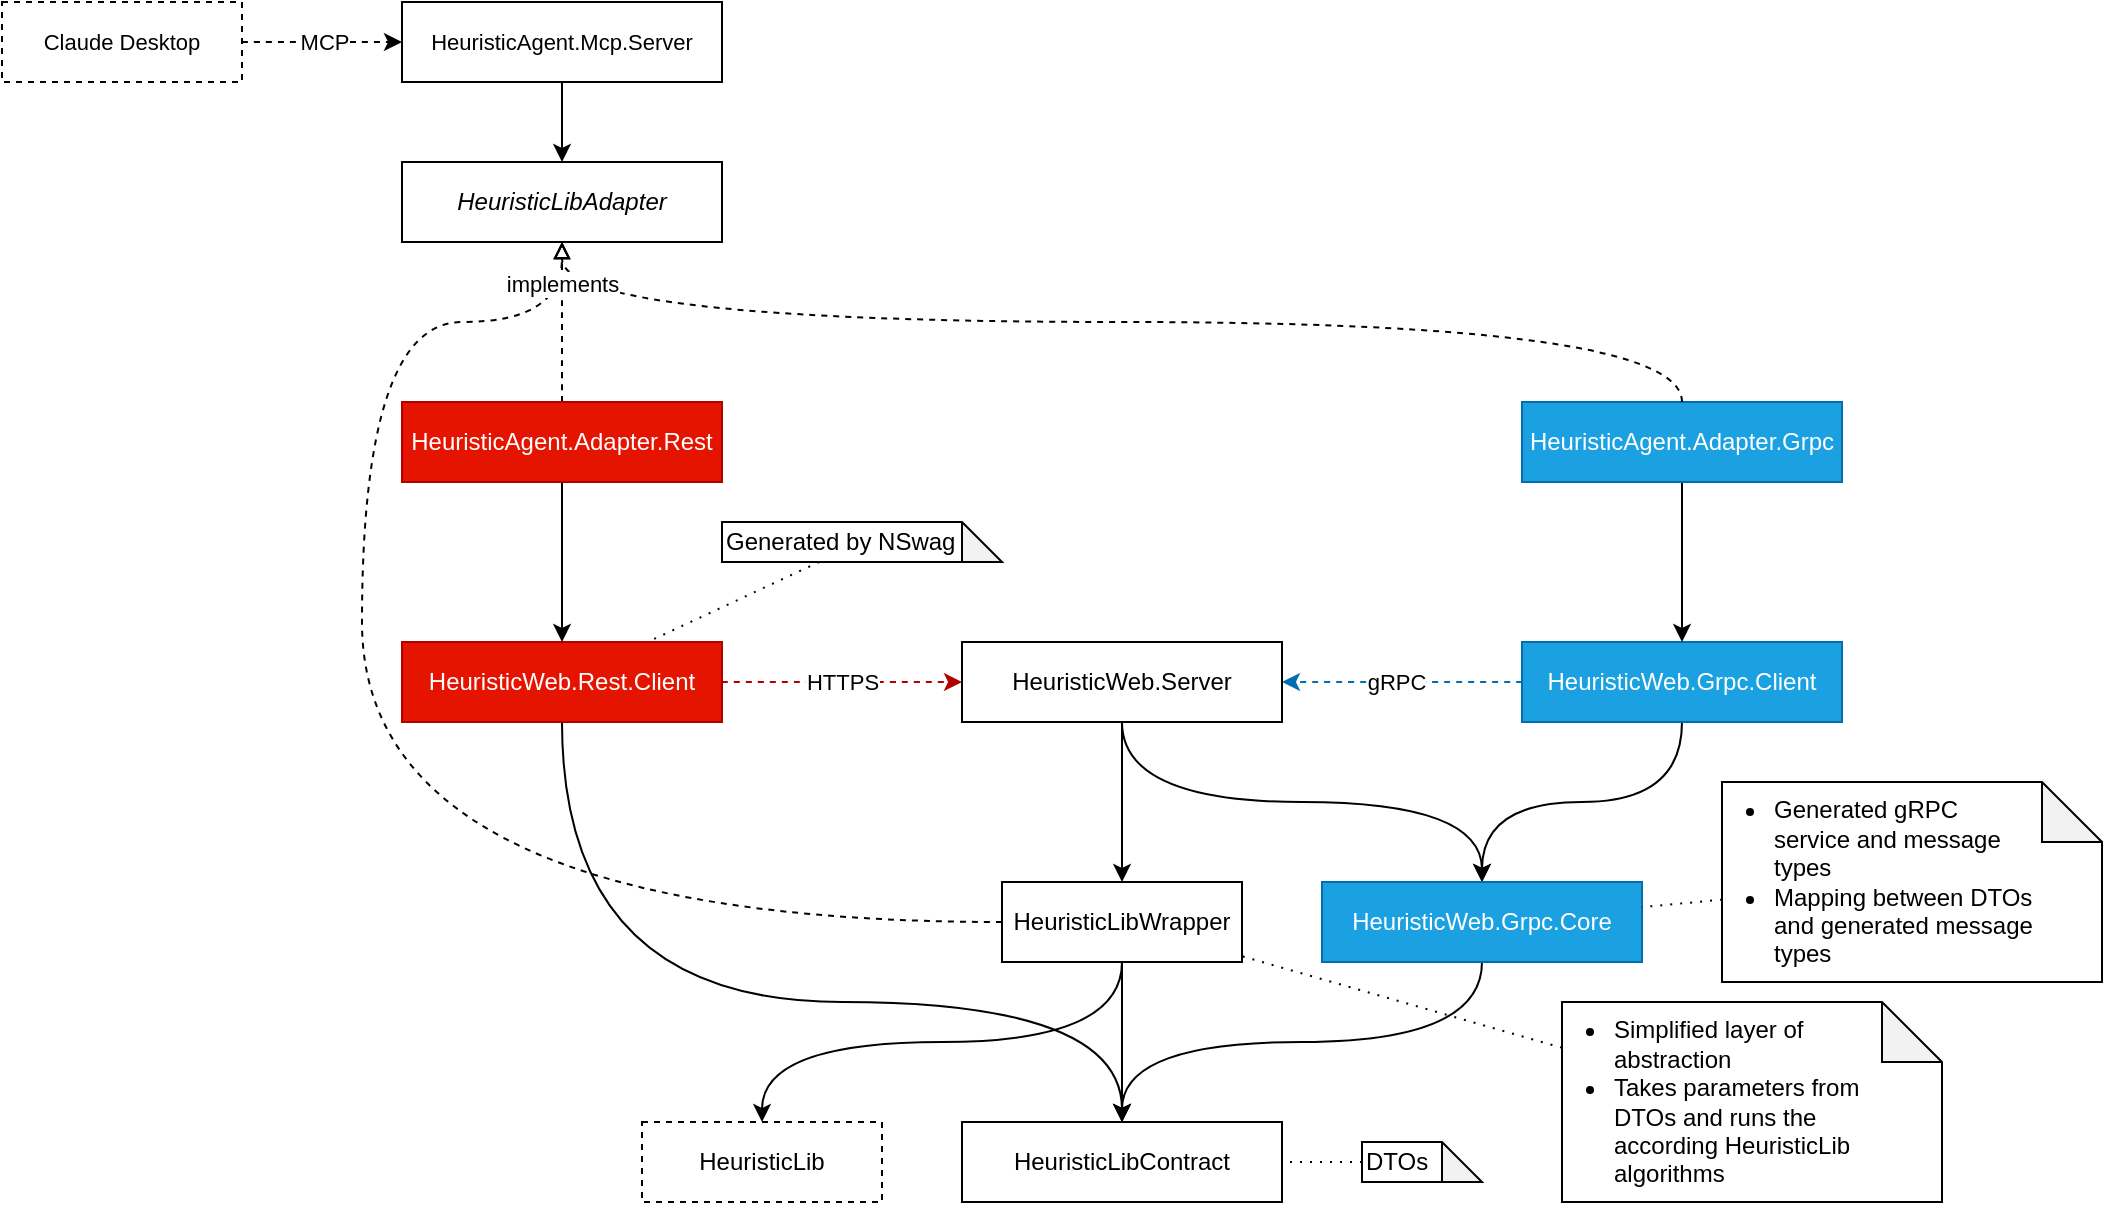
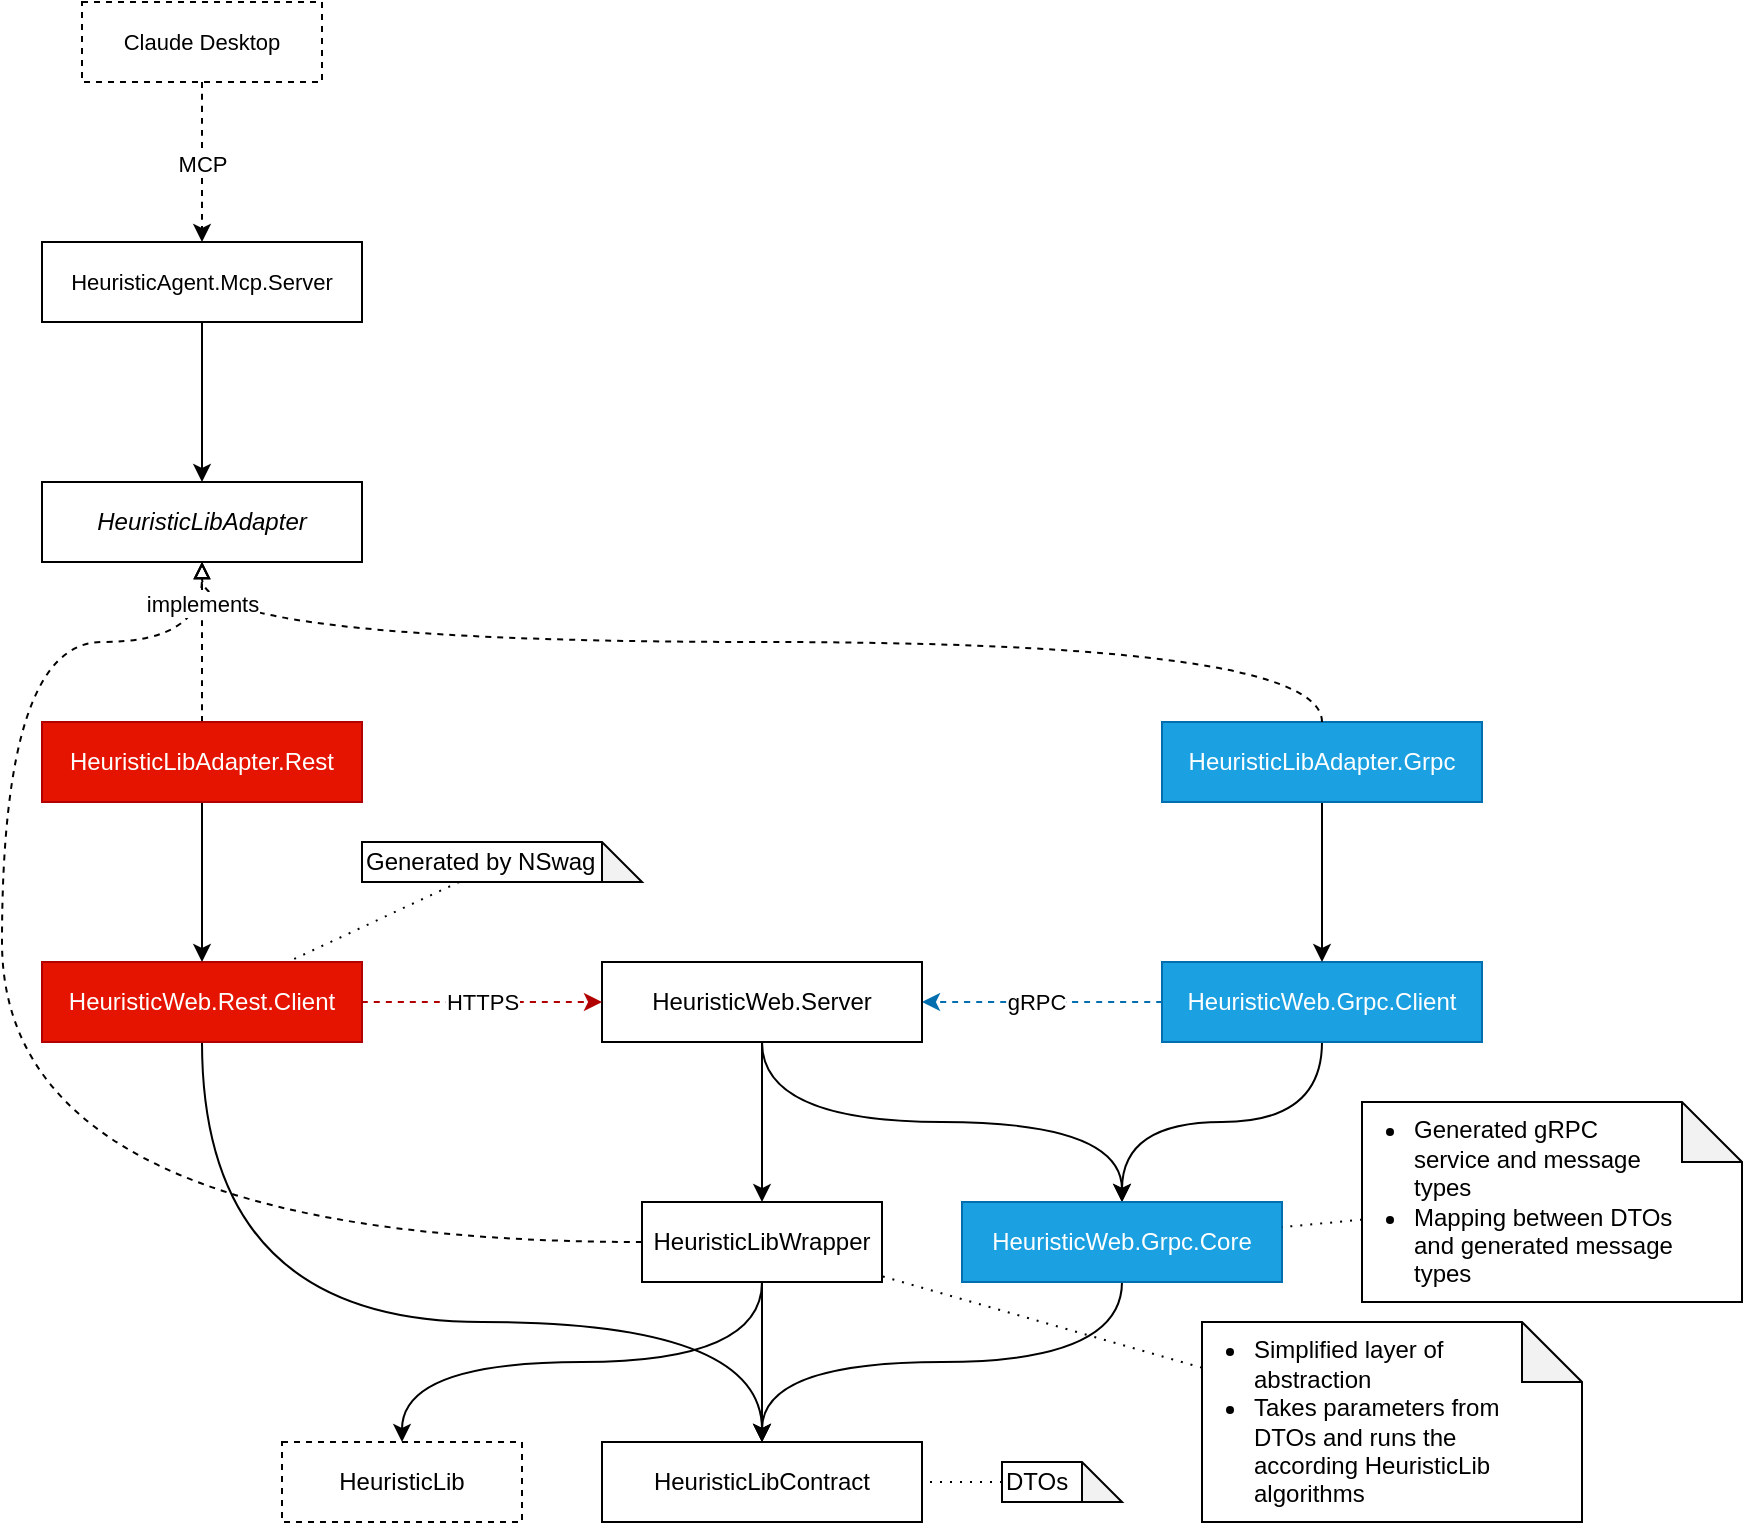
<mxfile host="Electron" agent="Mozilla/5.0 (Windows NT 10.0; Win64; x64) AppleWebKit/537.36 (KHTML, like Gecko) draw.io/29.6.6 Chrome/144.0.7559.236 Electron/40.8.4 Safari/537.36">
  <diagram name="Page-1" id="JLSE3i9ljjVaqQMjvNYt">
    <mxGraphModel dx="1623" dy="962" grid="1" gridSize="10" guides="1" tooltips="1" connect="1" arrows="1" fold="1" page="1" pageScale="1" pageWidth="827" pageHeight="1169" math="0" shadow="0">
      <root>
        <mxCell id="0" />
        <mxCell id="1" parent="0" />
        <mxCell id="U6VQVOgnXjNktFXU_cLZ-6" edge="1" parent="1" source="nvZTl8ImIJQlS8uFXL_u-32" style="edgeStyle=orthogonalEdgeStyle;rounded=0;orthogonalLoop=1;jettySize=auto;html=1;curved=1;exitX=0.5;exitY=1;exitDx=0;exitDy=0;entryX=0.5;entryY=0;entryDx=0;entryDy=0;" target="nvZTl8ImIJQlS8uFXL_u-36">
          <mxGeometry relative="1" as="geometry" />
        </mxCell>
        <mxCell id="U6VQVOgnXjNktFXU_cLZ-65" edge="1" parent="1" source="nvZTl8ImIJQlS8uFXL_u-32" style="edgeStyle=orthogonalEdgeStyle;shape=connector;curved=1;rounded=0;orthogonalLoop=1;jettySize=auto;html=1;exitX=0.5;exitY=1;exitDx=0;exitDy=0;entryX=0.5;entryY=0;entryDx=0;entryDy=0;strokeColor=default;align=center;verticalAlign=middle;fontFamily=Helvetica;fontSize=11;fontColor=default;labelBackgroundColor=default;endArrow=classic;" target="nvZTl8ImIJQlS8uFXL_u-33">
          <mxGeometry relative="1" as="geometry" />
        </mxCell>
        <mxCell id="nvZTl8ImIJQlS8uFXL_u-32" parent="1" style="rounded=0;whiteSpace=wrap;html=1;fillColor=default;" value="HeuristicLibWrapper" vertex="1">
-           <mxGeometry height="40" width="120" x="540" y="480" as="geometry" />
+           <mxGeometry height="40" width="120" x="540" y="640" as="geometry" />
        </mxCell>
        <mxCell id="oGgYLiFTZUMsgBvUWQYo-2" edge="1" parent="1" source="nvZTl8ImIJQlS8uFXL_u-32" style="edgeStyle=orthogonalEdgeStyle;shape=connector;curved=1;rounded=0;orthogonalLoop=1;jettySize=auto;html=1;exitX=0;exitY=0.5;exitDx=0;exitDy=0;entryX=0.5;entryY=1;entryDx=0;entryDy=0;dashed=1;strokeColor=default;align=center;verticalAlign=middle;fontFamily=Helvetica;fontSize=11;fontColor=default;labelBackgroundColor=default;endArrow=block;endFill=0;" target="U6VQVOgnXjNktFXU_cLZ-27">
          <mxGeometry relative="1" as="geometry">
            <Array as="points">
-               <mxPoint x="220" y="500" />
-               <mxPoint x="220" y="200" />
-               <mxPoint x="320" y="200" />
+               <mxPoint x="220" y="660" />
+               <mxPoint x="220" y="360" />
+               <mxPoint x="320" y="360" />
            </Array>
          </mxGeometry>
        </mxCell>
        <mxCell id="nvZTl8ImIJQlS8uFXL_u-33" parent="1" style="rounded=0;whiteSpace=wrap;html=1;fillColor=default;dashed=1;" value="HeuristicLib" vertex="1">
-           <mxGeometry height="40" width="120" x="360" y="600" as="geometry" />
+           <mxGeometry height="40" width="120" x="360" y="760" as="geometry" />
        </mxCell>
        <mxCell id="nvZTl8ImIJQlS8uFXL_u-36" parent="1" style="rounded=0;whiteSpace=wrap;html=1;fillColor=default;" value="HeuristicLibContract" vertex="1">
-           <mxGeometry height="40" width="160" x="520" y="600" as="geometry" />
+           <mxGeometry height="40" width="160" x="520" y="760" as="geometry" />
        </mxCell>
        <mxCell id="U6VQVOgnXjNktFXU_cLZ-60" edge="1" parent="1" source="nvZTl8ImIJQlS8uFXL_u-40" style="edgeStyle=orthogonalEdgeStyle;shape=connector;curved=1;rounded=0;orthogonalLoop=1;jettySize=auto;html=1;dashed=1;strokeColor=#006EAF;align=center;verticalAlign=middle;fontFamily=Helvetica;fontSize=11;fontColor=default;labelBackgroundColor=default;endArrow=classic;endFill=1;fillColor=#1ba1e2;" target="U6VQVOgnXjNktFXU_cLZ-14">
          <mxGeometry relative="1" as="geometry" />
        </mxCell>
        <mxCell id="U6VQVOgnXjNktFXU_cLZ-61" connectable="0" parent="U6VQVOgnXjNktFXU_cLZ-60" style="edgeLabel;html=1;align=center;verticalAlign=middle;resizable=0;points=[];fontFamily=Helvetica;fontSize=11;fontColor=default;labelBackgroundColor=default;" value="gRPC" vertex="1">
          <mxGeometry relative="1" x="0.0071" as="geometry">
            <mxPoint x="-3" as="offset" />
          </mxGeometry>
        </mxCell>
        <mxCell id="oGgYLiFTZUMsgBvUWQYo-3" edge="1" parent="1" source="nvZTl8ImIJQlS8uFXL_u-40" style="edgeStyle=orthogonalEdgeStyle;shape=connector;curved=1;rounded=0;orthogonalLoop=1;jettySize=auto;html=1;exitX=0.5;exitY=1;exitDx=0;exitDy=0;entryX=0.5;entryY=0;entryDx=0;entryDy=0;strokeColor=default;align=center;verticalAlign=middle;fontFamily=Helvetica;fontSize=11;fontColor=default;labelBackgroundColor=default;endArrow=classic;" target="U6VQVOgnXjNktFXU_cLZ-2">
          <mxGeometry relative="1" as="geometry" />
        </mxCell>
        <mxCell id="nvZTl8ImIJQlS8uFXL_u-40" parent="1" style="rounded=0;whiteSpace=wrap;html=1;fillColor=#1ba1e2;fontColor=#ffffff;strokeColor=#006EAF;" value="HeuristicWeb.Grpc.Client" vertex="1">
-           <mxGeometry height="40" width="160" x="800" y="360" as="geometry" />
+           <mxGeometry height="40" width="160" x="800" y="520" as="geometry" />
        </mxCell>
        <mxCell id="U6VQVOgnXjNktFXU_cLZ-4" edge="1" parent="1" source="U6VQVOgnXjNktFXU_cLZ-14" style="edgeStyle=orthogonalEdgeStyle;rounded=0;orthogonalLoop=1;jettySize=auto;html=1;curved=1;entryX=0.5;entryY=0;entryDx=0;entryDy=0;exitX=0.5;exitY=1;exitDx=0;exitDy=0;" target="U6VQVOgnXjNktFXU_cLZ-2">
          <mxGeometry relative="1" as="geometry">
-             <mxPoint x="700" y="520" as="sourcePoint" />
+             <mxPoint x="700" y="680" as="sourcePoint" />
          </mxGeometry>
        </mxCell>
        <mxCell id="U6VQVOgnXjNktFXU_cLZ-3" edge="1" parent="1" source="U6VQVOgnXjNktFXU_cLZ-2" style="edgeStyle=orthogonalEdgeStyle;rounded=0;orthogonalLoop=1;jettySize=auto;html=1;curved=1;exitX=0.5;exitY=1;exitDx=0;exitDy=0;entryX=0.5;entryY=0;entryDx=0;entryDy=0;" target="nvZTl8ImIJQlS8uFXL_u-36">
          <mxGeometry relative="1" as="geometry" />
        </mxCell>
        <mxCell id="U6VQVOgnXjNktFXU_cLZ-2" parent="1" style="rounded=0;whiteSpace=wrap;html=1;fillColor=#1ba1e2;fontColor=#ffffff;strokeColor=#006EAF;" value="HeuristicWeb.Grpc.Core" vertex="1">
-           <mxGeometry height="40" width="160" x="700" y="480" as="geometry" />
+           <mxGeometry height="40" width="160" x="700" y="640" as="geometry" />
        </mxCell>
        <mxCell id="U6VQVOgnXjNktFXU_cLZ-8" edge="1" parent="1" source="U6VQVOgnXjNktFXU_cLZ-7" style="rounded=0;orthogonalLoop=1;jettySize=auto;html=1;endArrow=none;endFill=0;dashed=1;dashPattern=1 4;" target="U6VQVOgnXjNktFXU_cLZ-2">
          <mxGeometry relative="1" as="geometry" />
        </mxCell>
        <mxCell id="U6VQVOgnXjNktFXU_cLZ-7" parent="1" style="shape=note;whiteSpace=wrap;html=1;backgroundOutline=1;darkOpacity=0.05;align=left;spacingLeft=-16;spacingRight=32;" value="&lt;ul&gt;&lt;li&gt;Generated gRPC service and message types&lt;/li&gt;&lt;li&gt;Mapping between DTOs and generated message types&lt;/li&gt;&lt;/ul&gt;" vertex="1">
-           <mxGeometry height="100" width="190" x="900" y="430" as="geometry" />
+           <mxGeometry height="100" width="190" x="900" y="590" as="geometry" />
        </mxCell>
        <mxCell id="U6VQVOgnXjNktFXU_cLZ-10" edge="1" parent="1" source="U6VQVOgnXjNktFXU_cLZ-9" style="rounded=0;orthogonalLoop=1;jettySize=auto;html=1;endArrow=none;endFill=0;dashed=1;dashPattern=1 4;" target="nvZTl8ImIJQlS8uFXL_u-36">
          <mxGeometry relative="1" as="geometry" />
        </mxCell>
        <mxCell id="U6VQVOgnXjNktFXU_cLZ-9" parent="1" style="shape=note;whiteSpace=wrap;html=1;backgroundOutline=1;darkOpacity=0.05;align=left;" value="DTOs" vertex="1">
-           <mxGeometry height="20" width="60" x="720" y="610" as="geometry" />
+           <mxGeometry height="20" width="60" x="720" y="770" as="geometry" />
        </mxCell>
        <mxCell id="U6VQVOgnXjNktFXU_cLZ-12" edge="1" parent="1" source="U6VQVOgnXjNktFXU_cLZ-11" style="rounded=0;orthogonalLoop=1;jettySize=auto;html=1;dashed=1;endArrow=none;endFill=0;dashPattern=1 4;" target="nvZTl8ImIJQlS8uFXL_u-32">
          <mxGeometry relative="1" as="geometry" />
        </mxCell>
        <mxCell id="U6VQVOgnXjNktFXU_cLZ-11" parent="1" style="shape=note;whiteSpace=wrap;html=1;backgroundOutline=1;darkOpacity=0.05;align=left;spacingRight=32;spacingLeft=-16;" value="&lt;ul&gt;&lt;li&gt;Simplified layer of abstraction&lt;/li&gt;&lt;li&gt;Takes parameters from DTOs and runs the according HeuristicLib algorithms&lt;/li&gt;&lt;/ul&gt;" vertex="1">
-           <mxGeometry height="100" width="190" x="820" y="540" as="geometry" />
+           <mxGeometry height="100" width="190" x="820" y="700" as="geometry" />
        </mxCell>
        <mxCell id="U6VQVOgnXjNktFXU_cLZ-17" edge="1" parent="1" source="U6VQVOgnXjNktFXU_cLZ-14" style="edgeStyle=orthogonalEdgeStyle;shape=connector;curved=1;rounded=0;orthogonalLoop=1;jettySize=auto;html=1;strokeColor=default;align=center;verticalAlign=middle;fontFamily=Helvetica;fontSize=11;fontColor=default;labelBackgroundColor=default;endArrow=classic;exitX=0.5;exitY=1;exitDx=0;exitDy=0;entryX=0.5;entryY=0;entryDx=0;entryDy=0;" target="nvZTl8ImIJQlS8uFXL_u-32">
          <mxGeometry relative="1" as="geometry">
-             <mxPoint x="500" y="480" as="targetPoint" />
+             <mxPoint x="500" y="640" as="targetPoint" />
          </mxGeometry>
        </mxCell>
        <mxCell id="U6VQVOgnXjNktFXU_cLZ-14" parent="1" style="rounded=0;whiteSpace=wrap;html=1;fillColor=default;" value="HeuristicWeb.Server" vertex="1">
-           <mxGeometry height="40" width="160" x="520" y="360" as="geometry" />
+           <mxGeometry height="40" width="160" x="520" y="520" as="geometry" />
        </mxCell>
        <mxCell id="U6VQVOgnXjNktFXU_cLZ-58" edge="1" parent="1" source="U6VQVOgnXjNktFXU_cLZ-21" style="edgeStyle=orthogonalEdgeStyle;shape=connector;curved=1;rounded=0;orthogonalLoop=1;jettySize=auto;html=1;dashed=1;strokeColor=#B20000;align=center;verticalAlign=middle;fontFamily=Helvetica;fontSize=11;fontColor=default;labelBackgroundColor=default;endArrow=classic;endFill=1;fillColor=#e51400;" target="U6VQVOgnXjNktFXU_cLZ-14">
          <mxGeometry relative="1" as="geometry" />
        </mxCell>
        <mxCell id="U6VQVOgnXjNktFXU_cLZ-62" connectable="0" parent="U6VQVOgnXjNktFXU_cLZ-58" style="edgeLabel;html=1;align=center;verticalAlign=middle;resizable=0;points=[];fontFamily=Helvetica;fontSize=11;fontColor=default;labelBackgroundColor=default;" value="HTTPS" vertex="1">
          <mxGeometry relative="1" x="-0.0016" y="1" as="geometry">
            <mxPoint y="1" as="offset" />
          </mxGeometry>
        </mxCell>
        <mxCell id="vAhXJ6GuvrTu8xZBJLIe-7" edge="1" parent="1" source="U6VQVOgnXjNktFXU_cLZ-21" style="edgeStyle=orthogonalEdgeStyle;shape=connector;curved=1;rounded=0;orthogonalLoop=1;jettySize=auto;html=1;exitX=0.5;exitY=1;exitDx=0;exitDy=0;entryX=0.5;entryY=0;entryDx=0;entryDy=0;strokeColor=default;align=center;verticalAlign=middle;fontFamily=Helvetica;fontSize=11;fontColor=default;labelBackgroundColor=default;endArrow=classic;" target="nvZTl8ImIJQlS8uFXL_u-36">
          <mxGeometry relative="1" as="geometry">
            <Array as="points">
-               <mxPoint x="320" y="540" />
-               <mxPoint x="600" y="540" />
+               <mxPoint x="320" y="700" />
+               <mxPoint x="600" y="700" />
            </Array>
          </mxGeometry>
        </mxCell>
        <mxCell id="U6VQVOgnXjNktFXU_cLZ-21" parent="1" style="rounded=0;whiteSpace=wrap;html=1;fillColor=#e51400;strokeColor=#B20000;fontColor=#ffffff;" value="HeuristicWeb.Rest.Client" vertex="1">
-           <mxGeometry height="40" width="160" x="240" y="360" as="geometry" />
+           <mxGeometry height="40" width="160" x="240" y="520" as="geometry" />
        </mxCell>
        <mxCell id="U6VQVOgnXjNktFXU_cLZ-23" edge="1" parent="1" source="U6VQVOgnXjNktFXU_cLZ-22" style="shape=connector;rounded=0;orthogonalLoop=1;jettySize=auto;html=1;strokeColor=default;align=center;verticalAlign=middle;fontFamily=Helvetica;fontSize=11;fontColor=default;labelBackgroundColor=default;endArrow=none;endFill=0;dashed=1;dashPattern=1 4;" target="U6VQVOgnXjNktFXU_cLZ-21">
          <mxGeometry relative="1" as="geometry" />
        </mxCell>
        <mxCell id="U6VQVOgnXjNktFXU_cLZ-22" parent="1" style="shape=note;whiteSpace=wrap;html=1;backgroundOutline=1;darkOpacity=0.05;align=left;" value="&lt;div&gt;Generated by NSwag&lt;/div&gt;" vertex="1">
-           <mxGeometry height="20" width="140" x="400" y="300" as="geometry" />
+           <mxGeometry height="20" width="140" x="400" y="460" as="geometry" />
        </mxCell>
        <mxCell id="U6VQVOgnXjNktFXU_cLZ-46" edge="1" parent="1" source="U6VQVOgnXjNktFXU_cLZ-24" style="edgeStyle=orthogonalEdgeStyle;shape=connector;curved=1;rounded=0;orthogonalLoop=1;jettySize=auto;html=1;exitX=0.5;exitY=1;exitDx=0;exitDy=0;entryX=0.5;entryY=0;entryDx=0;entryDy=0;strokeColor=default;align=center;verticalAlign=middle;fontFamily=Helvetica;fontSize=11;fontColor=default;labelBackgroundColor=default;endArrow=classic;" target="U6VQVOgnXjNktFXU_cLZ-27">
          <mxGeometry relative="1" as="geometry" />
        </mxCell>
        <mxCell id="U6VQVOgnXjNktFXU_cLZ-24" parent="1" style="rounded=0;whiteSpace=wrap;html=1;fontFamily=Helvetica;fontSize=11;fontColor=default;labelBackgroundColor=default;" value="HeuristicAgent.Mcp.Server" vertex="1">
-           <mxGeometry height="40" width="160" x="240" y="40" as="geometry" />
+           <mxGeometry height="40" width="160" x="240" y="160" as="geometry" />
        </mxCell>
        <mxCell id="U6VQVOgnXjNktFXU_cLZ-27" parent="1" style="rounded=0;whiteSpace=wrap;html=1;fillColor=default;" value="&lt;i&gt;HeuristicLibAdapter&lt;/i&gt;" vertex="1">
-           <mxGeometry height="40" width="160" x="240" y="120" as="geometry" />
+           <mxGeometry height="40" width="160" x="240" y="280" as="geometry" />
        </mxCell>
        <mxCell id="U6VQVOgnXjNktFXU_cLZ-36" edge="1" parent="1" source="U6VQVOgnXjNktFXU_cLZ-28" style="edgeStyle=orthogonalEdgeStyle;shape=connector;curved=1;rounded=0;orthogonalLoop=1;jettySize=auto;html=1;exitX=0.5;exitY=0;exitDx=0;exitDy=0;entryX=0.5;entryY=1;entryDx=0;entryDy=0;strokeColor=default;align=center;verticalAlign=middle;fontFamily=Helvetica;fontSize=11;fontColor=default;labelBackgroundColor=default;endArrow=block;endFill=0;dashed=1;" target="U6VQVOgnXjNktFXU_cLZ-27">
          <mxGeometry relative="1" as="geometry" />
        </mxCell>
        <mxCell id="U6VQVOgnXjNktFXU_cLZ-42" edge="1" parent="1" source="U6VQVOgnXjNktFXU_cLZ-28" style="edgeStyle=orthogonalEdgeStyle;shape=connector;curved=1;rounded=0;orthogonalLoop=1;jettySize=auto;html=1;exitX=0.5;exitY=1;exitDx=0;exitDy=0;entryX=0.5;entryY=0;entryDx=0;entryDy=0;strokeColor=default;align=center;verticalAlign=middle;fontFamily=Helvetica;fontSize=11;fontColor=default;labelBackgroundColor=default;endArrow=classic;" target="U6VQVOgnXjNktFXU_cLZ-21">
          <mxGeometry relative="1" as="geometry" />
        </mxCell>
-         <mxCell id="U6VQVOgnXjNktFXU_cLZ-28" parent="1" style="rounded=0;whiteSpace=wrap;html=1;fillColor=#e51400;strokeColor=#B20000;fontColor=#ffffff;" value="HeuristicAgent.Adapter.Rest" vertex="1">
-           <mxGeometry height="40" width="160" x="240" y="240" as="geometry" />
+         <mxCell id="U6VQVOgnXjNktFXU_cLZ-28" parent="1" style="rounded=0;whiteSpace=wrap;html=1;fillColor=#e51400;strokeColor=#B20000;fontColor=#ffffff;" value="HeuristicLibAdapter.Rest" vertex="1">
+           <mxGeometry height="40" width="160" x="240" y="400" as="geometry" />
        </mxCell>
        <mxCell id="U6VQVOgnXjNktFXU_cLZ-44" edge="1" parent="1" source="U6VQVOgnXjNktFXU_cLZ-30" style="edgeStyle=orthogonalEdgeStyle;shape=connector;curved=1;rounded=0;orthogonalLoop=1;jettySize=auto;html=1;exitX=0.5;exitY=1;exitDx=0;exitDy=0;entryX=0.5;entryY=0;entryDx=0;entryDy=0;strokeColor=default;align=center;verticalAlign=middle;fontFamily=Helvetica;fontSize=11;fontColor=default;labelBackgroundColor=default;endArrow=classic;" target="nvZTl8ImIJQlS8uFXL_u-40">
          <mxGeometry relative="1" as="geometry" />
        </mxCell>
-         <mxCell id="U6VQVOgnXjNktFXU_cLZ-30" parent="1" style="rounded=0;whiteSpace=wrap;html=1;fillColor=#1ba1e2;fontColor=#ffffff;strokeColor=#006EAF;" value="HeuristicAgent.Adapter.Grpc" vertex="1">
-           <mxGeometry height="40" width="160" x="800" y="240" as="geometry" />
+         <mxCell id="U6VQVOgnXjNktFXU_cLZ-30" parent="1" style="rounded=0;whiteSpace=wrap;html=1;fillColor=#1ba1e2;fontColor=#ffffff;strokeColor=#006EAF;" value="HeuristicLibAdapter.Grpc" vertex="1">
+           <mxGeometry height="40" width="160" x="800" y="400" as="geometry" />
        </mxCell>
        <mxCell id="U6VQVOgnXjNktFXU_cLZ-40" edge="1" parent="1" source="U6VQVOgnXjNktFXU_cLZ-30" style="edgeStyle=orthogonalEdgeStyle;shape=connector;curved=1;rounded=0;orthogonalLoop=1;jettySize=auto;html=1;exitX=0.5;exitY=0;exitDx=0;exitDy=0;entryX=0.5;entryY=1;entryDx=0;entryDy=0;strokeColor=default;align=center;verticalAlign=middle;fontFamily=Helvetica;fontSize=11;fontColor=default;labelBackgroundColor=default;endArrow=block;endFill=0;dashed=1;" target="U6VQVOgnXjNktFXU_cLZ-27">
          <mxGeometry relative="1" as="geometry">
-             <mxPoint x="270.03999999999996" y="350" as="sourcePoint" />
-             <mxPoint x="470.03999999999996" y="230" as="targetPoint" />
+             <mxPoint x="270.03999999999996" y="510" as="sourcePoint" />
+             <mxPoint x="470.03999999999996" y="390" as="targetPoint" />
          </mxGeometry>
        </mxCell>
        <mxCell id="U6VQVOgnXjNktFXU_cLZ-72" connectable="0" parent="U6VQVOgnXjNktFXU_cLZ-40" style="edgeLabel;html=1;align=center;verticalAlign=middle;resizable=0;points=[];fontFamily=Helvetica;fontSize=11;fontColor=default;labelBackgroundColor=default;" value="implements" vertex="1">
          <mxGeometry relative="1" x="0.9349" y="-14" as="geometry">
            <mxPoint x="-14" as="offset" />
          </mxGeometry>
        </mxCell>
        <mxCell id="U6VQVOgnXjNktFXU_cLZ-51" edge="1" parent="1" source="U6VQVOgnXjNktFXU_cLZ-47" style="edgeStyle=orthogonalEdgeStyle;shape=connector;curved=1;rounded=0;orthogonalLoop=1;jettySize=auto;html=1;strokeColor=default;align=center;verticalAlign=middle;fontFamily=Helvetica;fontSize=11;fontColor=default;labelBackgroundColor=default;endArrow=classic;endFill=1;dashed=1;" target="U6VQVOgnXjNktFXU_cLZ-24">
          <mxGeometry relative="1" as="geometry" />
        </mxCell>
        <mxCell id="U6VQVOgnXjNktFXU_cLZ-52" connectable="0" parent="U6VQVOgnXjNktFXU_cLZ-51" style="edgeLabel;html=1;align=center;verticalAlign=middle;resizable=0;points=[];fontFamily=Helvetica;fontSize=11;fontColor=default;labelBackgroundColor=default;" value="MCP" vertex="1">
          <mxGeometry relative="1" x="0.01" as="geometry">
            <mxPoint as="offset" />
          </mxGeometry>
        </mxCell>
        <mxCell id="U6VQVOgnXjNktFXU_cLZ-47" parent="1" style="rounded=0;whiteSpace=wrap;html=1;fontFamily=Helvetica;fontSize=11;fontColor=default;labelBackgroundColor=default;dashed=1;" value="Claude Desktop" vertex="1">
-           <mxGeometry height="40" width="120" x="40" y="40" as="geometry" />
+           <mxGeometry height="40" width="120" x="260" y="40" as="geometry" />
        </mxCell>
      </root>
    </mxGraphModel>
  </diagram>
</mxfile>
